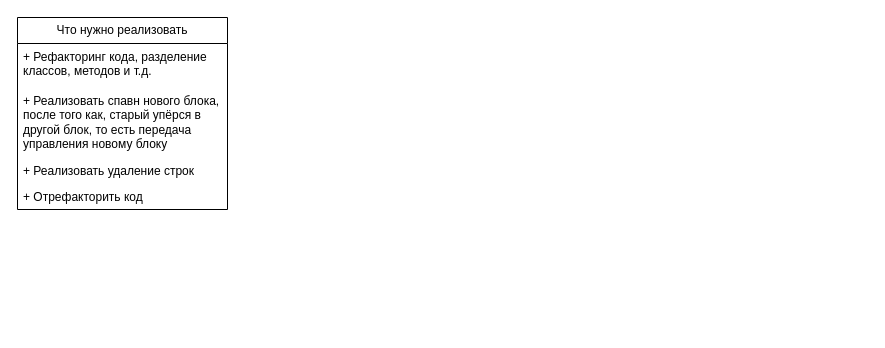
Before: TetrisGame.drawio in Bablakov/Tetris, a draw.io diagram. Source tidied: cells renumbered, new cells numbered last; positions are measured from the earlier drawing's top-left corner, leaving out a move shared by most shapes. Both pictures are drawn from the tidied source at 100%, with x=0, y=0 at pixel (17, 17).
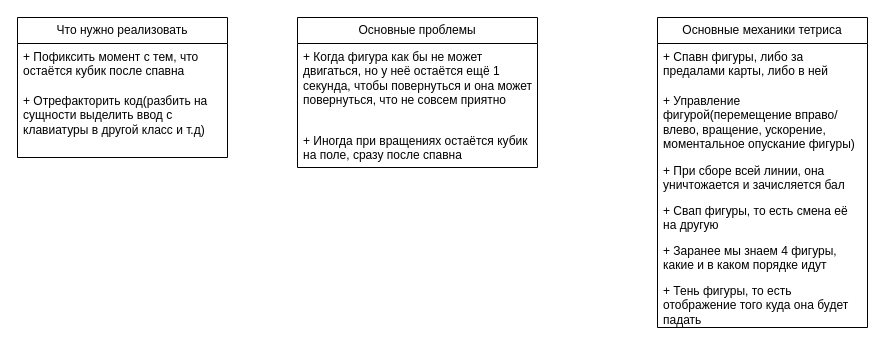
The same page after the edit.

What changed in the source:
```diff
@@
 <mxGraphModel>
   <root>
     <mxCell id="0" />
     <mxCell id="1" parent="0" />
     <mxCell id="2" value="Что нужно реализовать" style="swimlane;fontStyle=0;horizontal=1;startSize=26;fillColor=none;whiteSpace=wrap;html=1;" parent="1" vertex="1">
-      <mxGeometry width="210" height="192" as="geometry" />
+      <mxGeometry width="210" height="140" as="geometry" />
     </mxCell>
-    <mxCell id="3" value="+ Рефакторинг кода, разделение классов, методов и т.д." style="text;strokeColor=none;fillColor=none;align=left;verticalAlign=top;spacingLeft=4;spacingRight=4;overflow=hidden;whiteSpace=wrap;html=1;" parent="2" vertex="1">
+    <mxCell id="3" value="+ Пофиксить момент с тем, что остаётся кубик после спавна" style="text;strokeColor=none;fillColor=none;align=left;verticalAlign=top;spacingLeft=4;spacingRight=4;overflow=hidden;whiteSpace=wrap;html=1;" parent="2" vertex="1">
       <mxGeometry y="26" width="210" height="44" as="geometry" />
     </mxCell>
-    <mxCell id="4" value="&lt;div&gt;+ Реализовать спавн нового блока, после того как, старый упёрся в другой блок, то есть передача управления новому блоку&lt;/div&gt;" style="text;strokeColor=none;fillColor=none;align=left;verticalAlign=top;spacingLeft=4;spacingRight=4;overflow=hidden;whiteSpace=wrap;html=1;" parent="2" vertex="1">
+    <mxCell id="4" value="&lt;div&gt;+ Отрефакторить код(разбить на сущности выделить ввод с клавиатуры в другой класс и т.д)&lt;/div&gt;" style="text;strokeColor=none;fillColor=none;align=left;verticalAlign=top;spacingLeft=4;spacingRight=4;overflow=hidden;whiteSpace=wrap;html=1;" parent="2" vertex="1">
       <mxGeometry y="70" width="210" height="70" as="geometry" />
     </mxCell>
-    <mxCell id="5" value="+ Реализовать удаление строк&amp;nbsp;" style="text;strokeColor=none;fillColor=none;align=left;verticalAlign=top;spacingLeft=4;spacingRight=4;overflow=hidden;whiteSpace=wrap;html=1;" parent="2" vertex="1">
-      <mxGeometry y="140" width="210" height="26" as="geometry" />
-    </mxCell>
-    <mxCell id="6" value="+ Отрефакторить код" style="text;strokeColor=none;fillColor=none;align=left;verticalAlign=top;spacingLeft=4;spacingRight=4;overflow=hidden;whiteSpace=wrap;html=1;" parent="2" vertex="1">
-      <mxGeometry y="166" width="210" height="26" as="geometry" />
-    </mxCell>
+    <mxCell id="7" value="Основные механики тетриса" style="swimlane;fontStyle=0;horizontal=1;startSize=26;fillColor=none;whiteSpace=wrap;html=1;" parent="1" vertex="1">
+      <mxGeometry x="640" width="210" height="310" as="geometry" />
+    </mxCell>
+    <mxCell id="8" value="+ Спавн фигуры, либо за предалами карты, либо в ней" style="text;strokeColor=none;fillColor=none;align=left;verticalAlign=top;spacingLeft=4;spacingRight=4;overflow=hidden;whiteSpace=wrap;html=1;" parent="7" vertex="1">
+      <mxGeometry y="26" width="210" height="44" as="geometry" />
+    </mxCell>
+    <mxCell id="9" value="&lt;div&gt;+ Управление фигурой(перемещение вправо/влево, вращение, ускорение, моментальное опускание фигуры)&lt;/div&gt;" style="text;strokeColor=none;fillColor=none;align=left;verticalAlign=top;spacingLeft=4;spacingRight=4;overflow=hidden;whiteSpace=wrap;html=1;" parent="7" vertex="1">
+      <mxGeometry y="70" width="210" height="70" as="geometry" />
+    </mxCell>
+    <mxCell id="10" value="+ При сборе всей линии, она уничтожается и зачисляется бал" style="text;strokeColor=none;fillColor=none;align=left;verticalAlign=top;spacingLeft=4;spacingRight=4;overflow=hidden;whiteSpace=wrap;html=1;" parent="7" vertex="1">
+      <mxGeometry y="140" width="210" height="40" as="geometry" />
+    </mxCell>
+    <mxCell id="11" value="+ Свап фигуры, то есть смена её на другую" style="text;strokeColor=none;fillColor=none;align=left;verticalAlign=top;spacingLeft=4;spacingRight=4;overflow=hidden;whiteSpace=wrap;html=1;" parent="7" vertex="1">
+      <mxGeometry y="180" width="210" height="40" as="geometry" />
+    </mxCell>
+    <mxCell id="12" value="+ Заранее мы знаем 4 фигуры, какие и в каком порядке идут" style="text;strokeColor=none;fillColor=none;align=left;verticalAlign=top;spacingLeft=4;spacingRight=4;overflow=hidden;whiteSpace=wrap;html=1;" parent="7" vertex="1">
+      <mxGeometry y="220" width="210" height="40" as="geometry" />
+    </mxCell>
+    <mxCell id="13" value="+ Тень фигуры, то есть отображение того куда она будет падать" style="text;strokeColor=none;fillColor=none;align=left;verticalAlign=top;spacingLeft=4;spacingRight=4;overflow=hidden;whiteSpace=wrap;html=1;" parent="7" vertex="1">
+      <mxGeometry y="260" width="210" height="50" as="geometry" />
+    </mxCell>
+    <mxCell id="14" value="Основные проблемы" style="swimlane;fontStyle=0;horizontal=1;startSize=26;fillColor=none;whiteSpace=wrap;html=1;" parent="1" vertex="1">
+      <mxGeometry x="280" width="240" height="150" as="geometry" />
+    </mxCell>
+    <mxCell id="15" value="+ Когда фигура как бы не может двигаться, но у неё остаётся ещё 1 секунда, чтобы повернуться и она может повернуться, что не совсем приятно" style="text;strokeColor=none;fillColor=none;align=left;verticalAlign=top;spacingLeft=4;spacingRight=4;overflow=hidden;whiteSpace=wrap;html=1;" parent="14" vertex="1">
+      <mxGeometry y="26" width="240" height="84" as="geometry" />
+    </mxCell>
+    <mxCell id="16" value="+ Иногда при вращениях остаётся кубик на поле, сразу после спавна&amp;nbsp;" style="text;strokeColor=none;fillColor=none;align=left;verticalAlign=top;spacingLeft=4;spacingRight=4;overflow=hidden;whiteSpace=wrap;html=1;" parent="14" vertex="1">
+      <mxGeometry y="110" width="240" height="40" as="geometry" />
+    </mxCell>
   </root>
 </mxGraphModel>
```
